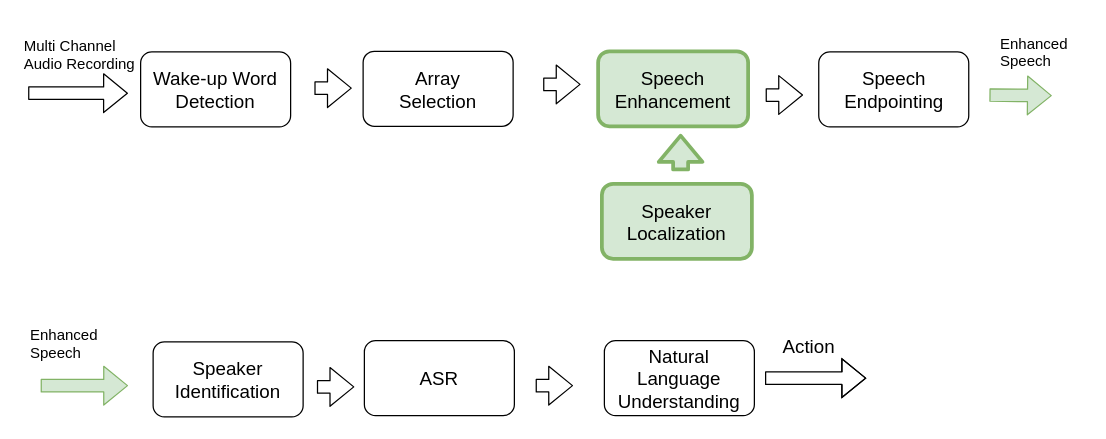
Above: page "endpointin_after_enh" (4 of 4) of draw.io/vocadom_doa_se.drawio in sunits/Random (draw.io), before the change. Source tidied: cells renumbered, new cells numbered last; positions are measured from the earlier drawing's top-left corner, leaving out a move shared by most shapes. Both pictures are drawn from the tidied source at 125%, with x=0, y=0 at pixel (21, 31).
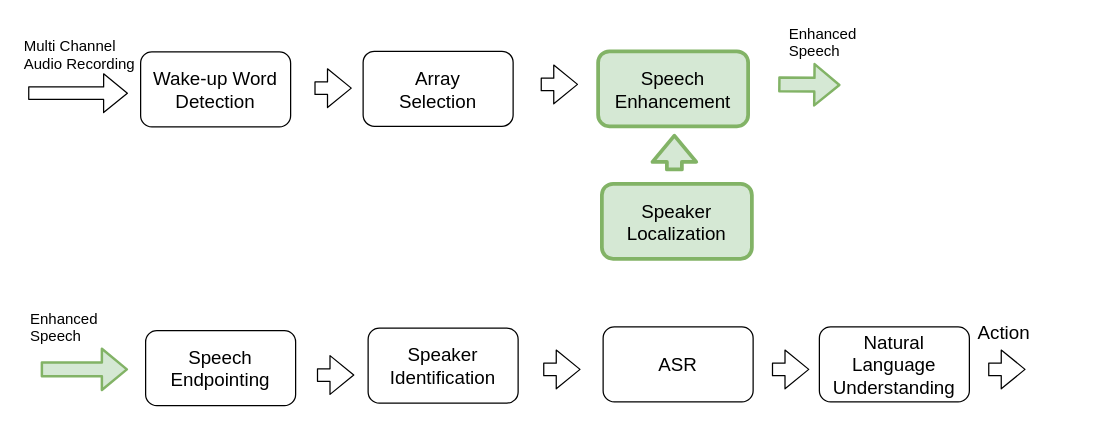
The same diagram, later.

Diff of the diagram source:
```diff
@@
     <mxCell id="7" style="shape=flexArrow;endArrow=classic;html=1;" parent="1" edge="1">
       <mxGeometry relative="1" as="geometry">
-        <mxPoint x="417" y="42" as="sourcePoint" />
-        <mxPoint x="447" y="42" as="targetPoint" />
+        <mxPoint x="415" y="42" as="sourcePoint" />
+        <mxPoint x="445" y="42" as="targetPoint" />
       </mxGeometry>
     </mxCell>
@@
     <mxCell id="10" value="&lt;div style=&quot;font-size: 15px&quot;&gt;&lt;font style=&quot;font-size: 15px&quot;&gt;ASR&lt;/font&gt;&lt;/div&gt;" style="rounded=1;whiteSpace=wrap;html=1;comic=0;" parent="1" vertex="1">
-      <mxGeometry x="274" y="247" width="120" height="60" as="geometry" />
+      <mxGeometry x="465" y="236" width="120" height="60" as="geometry" />
     </mxCell>
-    <mxCell id="11" style="shape=flexArrow;endArrow=classic;html=1;" parent="1" edge="1">
-      <mxGeometry relative="1" as="geometry">
-        <mxPoint x="595" y="50.5" as="sourcePoint" />
-        <mxPoint x="625" y="50.5" as="targetPoint" />
-      </mxGeometry>
-    </mxCell>
     <mxCell id="12" value="&lt;div style=&quot;font-size: 15px&quot;&gt;&lt;font style=&quot;font-size: 15px&quot;&gt;Natural&lt;/font&gt;&lt;/div&gt;&lt;div style=&quot;font-size: 15px&quot;&gt;&lt;font style=&quot;font-size: 15px&quot;&gt;Language&lt;/font&gt;&lt;/div&gt;&lt;div style=&quot;font-size: 15px&quot;&gt;&lt;font style=&quot;font-size: 15px&quot;&gt;Understanding&lt;br&gt;&lt;/font&gt;&lt;/div&gt;" style="rounded=1;whiteSpace=wrap;html=1;comic=0;" parent="1" vertex="1">
-      <mxGeometry x="466" y="247" width="120" height="60" as="geometry" />
+      <mxGeometry x="638" y="236" width="120" height="60" as="geometry" />
     </mxCell>
     <mxCell id="13" style="shape=flexArrow;endArrow=classic;html=1;" parent="1" edge="1">
       <mxGeometry relative="1" as="geometry">
-        <mxPoint x="411" y="283" as="sourcePoint" />
-        <mxPoint x="441" y="283" as="targetPoint" />
+        <mxPoint x="600" y="270" as="sourcePoint" />
+        <mxPoint x="630" y="270" as="targetPoint" />
       </mxGeometry>
     </mxCell>
-    <mxCell id="14" style="shape=flexArrow;endArrow=classic;html=1;" parent="1" edge="1">
-      <mxGeometry relative="1" as="geometry">
-        <mxPoint x="594.5" y="277" as="sourcePoint" />
-        <mxPoint x="675.5" y="277" as="targetPoint" />
-        <Array as="points">
-          <mxPoint x="627.5" y="277" />
-        </Array>
-      </mxGeometry>
-    </mxCell>
     <mxCell id="15" value="&lt;font style=&quot;font-size: 15px&quot;&gt;Action&lt;/font&gt;" style="text;html=1;align=left;verticalAlign=top;spacingTop=-4;" parent="1" vertex="1">
-      <mxGeometry x="607" y="240" width="60" height="20" as="geometry" />
+      <mxGeometry x="763" y="229" width="60" height="20" as="geometry" />
     </mxCell>
     <mxCell id="16" value="&lt;font style=&quot;font-size: 15px&quot;&gt;Speech&lt;/font&gt;&lt;div style=&quot;font-size: 15px&quot;&gt;&lt;font style=&quot;font-size: 15px&quot;&gt;Endpointing&lt;br&gt;&lt;/font&gt;&lt;/div&gt;" style="rounded=1;whiteSpace=wrap;html=1;comic=0;" parent="1" vertex="1">
-      <mxGeometry x="637.5" y="16" width="120" height="60" as="geometry" />
+      <mxGeometry x="99" y="239" width="120" height="60" as="geometry" />
     </mxCell>
     <mxCell id="17" style="shape=flexArrow;endArrow=classic;html=1;fillColor=#d5e8d4;strokeColor=#82b366;strokeWidth=3;" parent="1" edge="1">
       <mxGeometry relative="1" as="geometry">
-        <mxPoint x="527" y="111.5" as="sourcePoint" />
-        <mxPoint x="527" y="81.5" as="targetPoint" />
+        <mxPoint x="522" y="111.5" as="sourcePoint" />
+        <mxPoint x="522" y="81.5" as="targetPoint" />
       </mxGeometry>
     </mxCell>
-    <mxCell id="18" style="shape=flexArrow;endArrow=classic;html=1;labelBackgroundColor=#CC0066;fillColor=#d5e8d4;strokeColor=#82b366;gradientColor=none;" parent="1" edge="1">
+    <mxCell id="18" style="shape=flexArrow;endArrow=classic;html=1;labelBackgroundColor=#CC0066;fillColor=#d5e8d4;strokeColor=#82b366;gradientColor=none;strokeWidth=2;" parent="1" edge="1">
       <mxGeometry relative="1" as="geometry">
-        <mxPoint x="774" y="50.5" as="sourcePoint" />
-        <mxPoint x="824" y="51" as="targetPoint" />
+        <mxPoint x="605" y="42" as="sourcePoint" />
+        <mxPoint x="655" y="42.5" as="targetPoint" />
       </mxGeometry>
     </mxCell>
     <mxCell id="19" value="&lt;div&gt;Enhanced&lt;/div&gt;&lt;div&gt;Speech&lt;br&gt;&lt;/div&gt;" style="text;html=1;align=left;verticalAlign=top;spacingTop=-4;" parent="1" vertex="1">
-      <mxGeometry x="781" width="70" height="30" as="geometry" />
+      <mxGeometry x="612" y="-8.5" width="70" height="30" as="geometry" />
     </mxCell>
     <mxCell id="20" value="&lt;div style=&quot;font-size: 15px&quot;&gt;&lt;font style=&quot;font-size: 15px&quot;&gt;Speaker&lt;/font&gt;&lt;/div&gt;&lt;div style=&quot;font-size: 15px&quot;&gt;&lt;font style=&quot;font-size: 15px&quot;&gt;Identification&lt;br&gt;&lt;/font&gt;&lt;/div&gt;" style="rounded=1;whiteSpace=wrap;html=1;comic=0;" parent="1" vertex="1">
-      <mxGeometry x="105" y="248" width="120" height="60" as="geometry" />
+      <mxGeometry x="277" y="237" width="120" height="60" as="geometry" />
     </mxCell>
     <mxCell id="21" style="shape=flexArrow;endArrow=classic;html=1;" parent="1" edge="1">
       <mxGeometry relative="1" as="geometry">
-        <mxPoint x="236" y="284" as="sourcePoint" />
-        <mxPoint x="266" y="284" as="targetPoint" />
+        <mxPoint x="417" y="270" as="sourcePoint" />
+        <mxPoint x="447" y="270" as="targetPoint" />
       </mxGeometry>
     </mxCell>
-    <mxCell id="22" style="shape=flexArrow;endArrow=classic;html=1;fillColor=#d5e8d4;strokeColor=#82B366;" parent="1" edge="1">
+    <mxCell id="22" style="shape=flexArrow;endArrow=classic;html=1;fillColor=#d5e8d4;strokeColor=#82B366;strokeWidth=2;" parent="1" edge="1">
       <mxGeometry relative="1" as="geometry">
-        <mxPoint x="15" y="283" as="sourcePoint" />
-        <mxPoint x="85" y="283" as="targetPoint" />
+        <mxPoint x="15" y="270" as="sourcePoint" />
+        <mxPoint x="85" y="270" as="targetPoint" />
       </mxGeometry>
     </mxCell>
     <mxCell id="23" value="&lt;div&gt;Enhanced&lt;/div&gt;&lt;div&gt;Speech&lt;br&gt;&lt;/div&gt;" style="text;html=1;align=left;verticalAlign=top;spacingTop=-4;" parent="1" vertex="1">
-      <mxGeometry x="5" y="233" width="70" height="30" as="geometry" />
+      <mxGeometry x="5" y="220" width="70" height="30" as="geometry" />
     </mxCell>
+    <mxCell id="24" style="shape=flexArrow;endArrow=classic;html=1;" parent="1" edge="1">
+      <mxGeometry relative="1" as="geometry">
+        <mxPoint x="236" y="274.5" as="sourcePoint" />
+        <mxPoint x="266" y="274.5" as="targetPoint" />
+      </mxGeometry>
+    </mxCell>
+    <mxCell id="25" style="shape=flexArrow;endArrow=classic;html=1;" parent="1" edge="1">
+      <mxGeometry relative="1" as="geometry">
+        <mxPoint x="773" y="270" as="sourcePoint" />
+        <mxPoint x="803" y="270" as="targetPoint" />
+      </mxGeometry>
+    </mxCell>
```
